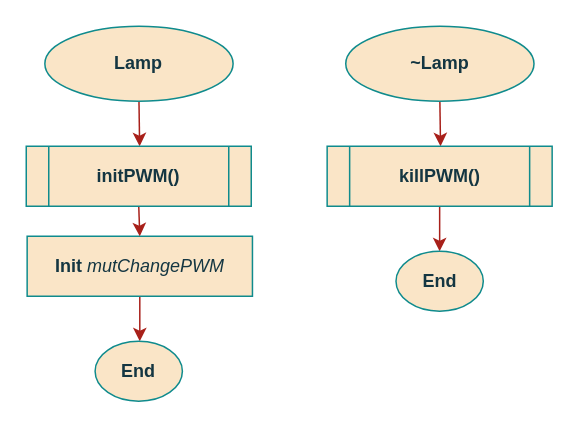
This is page "Constructor" (2 of 3) of documentation/flowcharts/02Classes/CLamp.drawio from ESRGgroup9/slipad, a draw.io file, before an edit. Source tidied: cells renumbered, new cells numbered last; positions are measured from the earlier drawing's top-left corner, leaving out a move shared by most shapes. Both pictures are drawn from the tidied source at 150%, with x=0, y=0 at pixel (26, 26).
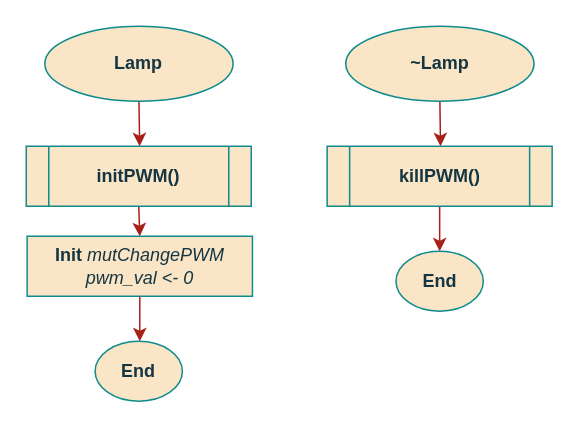
Above is the later version.

Change to the diagram source:
```diff
@@
 <mxGraphModel>
   <root>
     <mxCell id="0" />
     <mxCell id="1" parent="0" />
     <mxCell id="2" style="edgeStyle=orthogonalEdgeStyle;curved=0;rounded=1;sketch=0;jettySize=auto;html=1;exitX=0.5;exitY=1;exitDx=0;exitDy=0;entryX=0.5;entryY=0;entryDx=0;entryDy=0;fontColor=#143642;strokeColor=#A8201A;fillColor=#FAE5C7;" parent="1" edge="1" source="3">
       <mxGeometry relative="1" as="geometry">
         <mxPoint x="75.6" y="80" as="targetPoint" />
       </mxGeometry>
     </mxCell>
     <mxCell id="3" value="Lamp" style="ellipse;whiteSpace=wrap;html=1;fillColor=#FAE5C7;strokeColor=#0F8B8D;fontColor=#143642;fontStyle=1;" parent="1" vertex="1">
       <mxGeometry x="12.4" width="125.5" height="50" as="geometry" />
     </mxCell>
     <mxCell id="4" style="edgeStyle=orthogonalEdgeStyle;curved=0;rounded=1;sketch=0;jettySize=auto;html=1;exitX=0.5;exitY=1;exitDx=0;exitDy=0;entryX=0.5;entryY=0;entryDx=0;entryDy=0;fontColor=#143642;strokeColor=#A8201A;fillColor=#FAE5C7;" parent="1" edge="1" source="5">
       <mxGeometry relative="1" as="geometry">
         <mxPoint x="75.7" y="210" as="targetPoint" />
       </mxGeometry>
     </mxCell>
-    <mxCell id="5" value="&lt;div&gt;&lt;b&gt;Init&lt;/b&gt; &lt;i&gt;mutChangePWM&lt;/i&gt;&lt;/div&gt;" style="rounded=0;whiteSpace=wrap;html=1;sketch=0;fontColor=#143642;strokeColor=#0F8B8D;fillColor=#FAE5C7;" parent="1" vertex="1">
+    <mxCell id="5" value="&lt;div&gt;&lt;b&gt;Init&lt;/b&gt; &lt;i&gt;mutChangePWM&lt;/i&gt;&lt;/div&gt;&lt;div&gt;&lt;i&gt;pwm_val &amp;lt;- 0&lt;br&gt;&lt;/i&gt;&lt;/div&gt;" style="rounded=0;whiteSpace=wrap;html=1;sketch=0;fontColor=#143642;strokeColor=#0F8B8D;fillColor=#FAE5C7;" parent="1" vertex="1">
       <mxGeometry x="0.6" y="140" width="150.2" height="40" as="geometry" />
     </mxCell>
     <mxCell id="6" style="edgeStyle=orthogonalEdgeStyle;curved=0;rounded=1;sketch=0;jettySize=auto;html=1;exitX=0.5;exitY=1;exitDx=0;exitDy=0;entryX=0.5;entryY=0;entryDx=0;entryDy=0;fontColor=#143642;strokeColor=#A8201A;fillColor=#FAE5C7;" parent="1" edge="1" source="7" target="5">
       <mxGeometry relative="1" as="geometry" />
     </mxCell>
     <mxCell id="7" value="&lt;b&gt;initPWM()&lt;/b&gt;" style="shape=process;whiteSpace=wrap;html=1;backgroundOutline=1;rounded=0;sketch=0;fontColor=#143642;strokeColor=#0F8B8D;fillColor=#FAE5C7;" parent="1" vertex="1">
       <mxGeometry y="80" width="150" height="40" as="geometry" />
     </mxCell>
     <mxCell id="8" value="End" style="ellipse;whiteSpace=wrap;html=1;fillColor=#FAE5C7;strokeColor=#0F8B8D;fontColor=#143642;fontStyle=1;" parent="1" vertex="1">
       <mxGeometry x="45.9" y="210" width="58.2" height="40" as="geometry" />
     </mxCell>
     <mxCell id="9" style="edgeStyle=orthogonalEdgeStyle;curved=0;rounded=1;sketch=0;jettySize=auto;html=1;exitX=0.5;exitY=1;exitDx=0;exitDy=0;entryX=0.5;entryY=0;entryDx=0;entryDy=0;fontColor=#143642;strokeColor=#A8201A;fillColor=#FAE5C7;" parent="1" edge="1" source="10">
       <mxGeometry relative="1" as="geometry">
         <mxPoint x="276.2" y="80" as="targetPoint" />
       </mxGeometry>
     </mxCell>
     <mxCell id="10" value="~Lamp" style="ellipse;whiteSpace=wrap;html=1;fillColor=#FAE5C7;strokeColor=#0F8B8D;fontColor=#143642;fontStyle=1;" parent="1" vertex="1">
       <mxGeometry x="213" width="125.5" height="50" as="geometry" />
     </mxCell>
     <mxCell id="11" style="edgeStyle=orthogonalEdgeStyle;curved=0;rounded=1;sketch=0;jettySize=auto;html=1;exitX=0.5;exitY=1;exitDx=0;exitDy=0;entryX=0.5;entryY=0;entryDx=0;entryDy=0;fontSize=11;fontColor=#143642;strokeColor=#A8201A;fillColor=#FAE5C7;" parent="1" edge="1" source="12" target="13">
       <mxGeometry relative="1" as="geometry" />
     </mxCell>
     <mxCell id="12" value="&lt;b&gt;killPWM()&lt;/b&gt;" style="shape=process;whiteSpace=wrap;html=1;backgroundOutline=1;rounded=0;sketch=0;fontColor=#143642;strokeColor=#0F8B8D;fillColor=#FAE5C7;" parent="1" vertex="1">
       <mxGeometry x="200.6" y="80" width="150" height="40" as="geometry" />
     </mxCell>
     <mxCell id="13" value="End" style="ellipse;whiteSpace=wrap;html=1;fillColor=#FAE5C7;strokeColor=#0F8B8D;fontColor=#143642;fontStyle=1;" parent="1" vertex="1">
       <mxGeometry x="246.5" y="150" width="58.2" height="40" as="geometry" />
     </mxCell>
   </root>
 </mxGraphModel>
```
